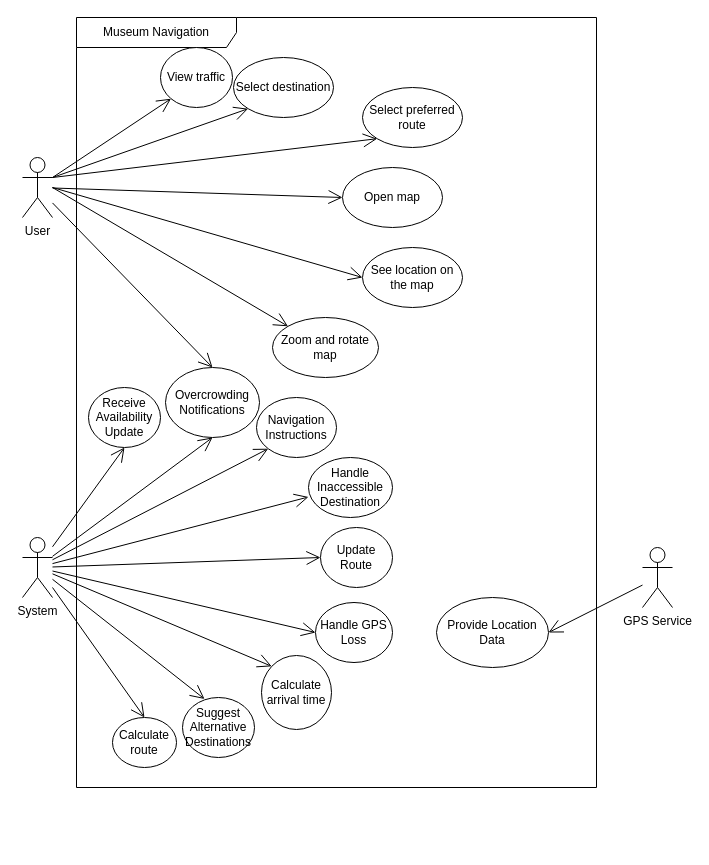
Above: Use Case Diagrams/Museum Navigation.drawio in gsklaven/MusePath (draw.io), before the change. Source tidied: cells renumbered, new cells numbered last; positions are measured from the earlier drawing's top-left corner, leaving out a move shared by most shapes. Both pictures are drawn from the tidied source at 100%, with x=0, y=0 at pixel (22, 17).
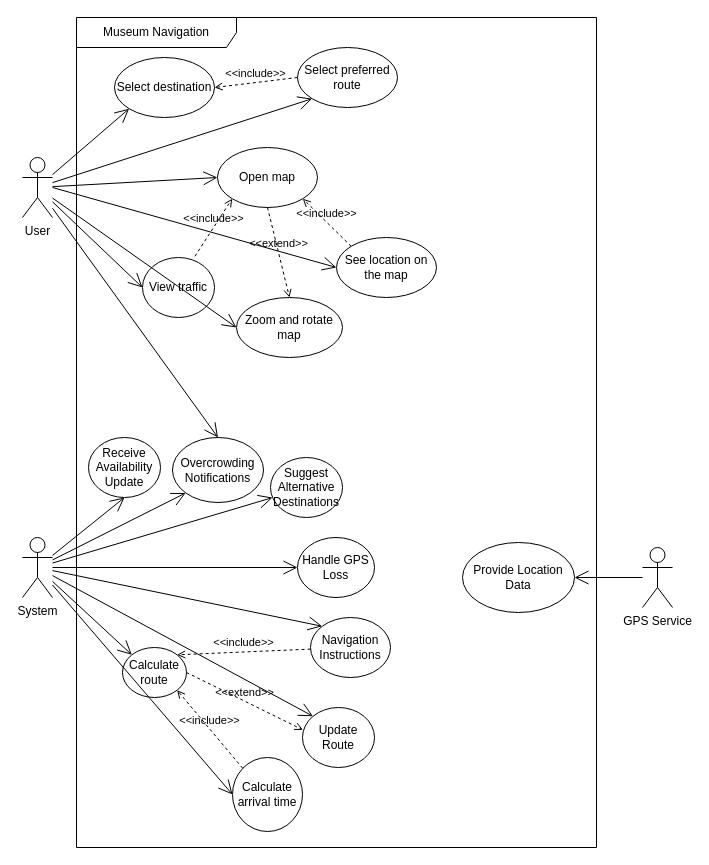
The same diagram, later.

Unchanged cells that the change refers to:
```xml
<mxCell id="19" value="User" style="shape=umlActor;verticalLabelPosition=bottom;verticalAlign=top;html=1;" parent="1" vertex="1">
  <mxGeometry y="140" width="30" height="60" as="geometry" />
</mxCell>
<mxCell id="20" value="System" style="shape=umlActor;verticalLabelPosition=bottom;verticalAlign=top;html=1;" parent="1" vertex="1">
  <mxGeometry y="520" width="30" height="60" as="geometry" />
</mxCell>
```

Change to the diagram source:
```diff
@@
     <mxCell id="2" value="&lt;div&gt;Museum Navigation&lt;/div&gt;" style="shape=umlFrame;whiteSpace=wrap;html=1;width=160;" parent="1" vertex="1">
-      <mxGeometry x="54" width="520" height="770" as="geometry" />
+      <mxGeometry x="54" width="520" height="830" as="geometry" />
     </mxCell>
     <mxCell id="3" value="Open map" style="ellipse;whiteSpace=wrap;html=1;" parent="2" vertex="1">
-      <mxGeometry x="266" y="150" width="100" height="60" as="geometry" />
+      <mxGeometry x="141" y="130" width="100" height="60" as="geometry" />
     </mxCell>
     <mxCell id="4" value="See location on the map" style="ellipse;whiteSpace=wrap;html=1;" parent="2" vertex="1">
-      <mxGeometry x="286" y="230" width="100" height="60" as="geometry" />
+      <mxGeometry x="260" y="220" width="100" height="60" as="geometry" />
     </mxCell>
     <mxCell id="5" value="Select destination" style="ellipse;whiteSpace=wrap;html=1;" parent="2" vertex="1">
-      <mxGeometry x="157" y="40" width="100" height="60" as="geometry" />
+      <mxGeometry x="38" y="40" width="100" height="60" as="geometry" />
     </mxCell>
     <mxCell id="6" value="Select preferred route" style="ellipse;whiteSpace=wrap;html=1;" parent="2" vertex="1">
-      <mxGeometry x="286" y="70" width="100" height="60" as="geometry" />
+      <mxGeometry x="221" y="30" width="100" height="60" as="geometry" />
     </mxCell>
     <mxCell id="7" value="Zoom and rotate map" style="ellipse;whiteSpace=wrap;html=1;" parent="2" vertex="1">
-      <mxGeometry x="196" y="300" width="106" height="60" as="geometry" />
+      <mxGeometry x="160" y="280" width="106" height="60" as="geometry" />
     </mxCell>
     <mxCell id="8" value="Provide Location Data" style="ellipse;whiteSpace=wrap;html=1;" parent="2" vertex="1">
-      <mxGeometry x="360" y="580" width="112" height="70" as="geometry" />
+      <mxGeometry x="386" y="525" width="112" height="70" as="geometry" />
     </mxCell>
     <mxCell id="9" value="Calculate arrival time" style="ellipse;whiteSpace=wrap;html=1;direction=south;" parent="2" vertex="1">
-      <mxGeometry x="185" y="638" width="70" height="74" as="geometry" />
+      <mxGeometry x="156" y="740" width="70" height="74" as="geometry" />
     </mxCell>
     <mxCell id="10" value="Calculate route" style="ellipse;whiteSpace=wrap;html=1;" parent="2" vertex="1">
-      <mxGeometry x="36" y="700" width="64" height="50" as="geometry" />
+      <mxGeometry x="46" y="630" width="64" height="50" as="geometry" />
     </mxCell>
     <mxCell id="11" value="Handle GPS Loss" style="ellipse;whiteSpace=wrap;html=1;" parent="2" vertex="1">
-      <mxGeometry x="239" y="585" width="77" height="60" as="geometry" />
+      <mxGeometry x="221" y="520" width="77" height="60" as="geometry" />
     </mxCell>
     <mxCell id="12" value="Navigation Instructions" style="ellipse;whiteSpace=wrap;html=1;" parent="2" vertex="1">
-      <mxGeometry x="180" y="380" width="80" height="60" as="geometry" />
+      <mxGeometry x="234" y="600" width="80" height="60" as="geometry" />
     </mxCell>
-    <mxCell id="13" value="Handle Inaccessible Destination" style="ellipse;whiteSpace=wrap;html=1;" parent="2" vertex="1">
-      <mxGeometry x="232" y="440" width="84" height="60" as="geometry" />
-    </mxCell>
     <mxCell id="14" value="Update Route" style="ellipse;whiteSpace=wrap;html=1;" parent="2" vertex="1">
-      <mxGeometry x="244" y="510" width="72" height="60" as="geometry" />
+      <mxGeometry x="226" y="690" width="72" height="60" as="geometry" />
     </mxCell>
     <mxCell id="15" value="Receive Availability Update" style="ellipse;whiteSpace=wrap;html=1;" parent="2" vertex="1">
-      <mxGeometry x="12" y="370" width="72" height="60" as="geometry" />
+      <mxGeometry x="12" y="420" width="72" height="60" as="geometry" />
     </mxCell>
     <mxCell id="16" value="Suggest Alternative Destinations" style="ellipse;whiteSpace=wrap;html=1;" parent="2" vertex="1">
-      <mxGeometry x="106" y="680" width="72" height="60" as="geometry" />
+      <mxGeometry x="194" y="440" width="72" height="60" as="geometry" />
     </mxCell>
     <mxCell id="17" value="Overcrowding Notifications" style="ellipse;whiteSpace=wrap;html=1;" parent="2" vertex="1">
-      <mxGeometry x="89" y="350" width="94" height="70" as="geometry" />
+      <mxGeometry x="96" y="420" width="91" height="65" as="geometry" />
     </mxCell>
     <mxCell id="18" value="View traffic" style="ellipse;whiteSpace=wrap;html=1;" parent="2" vertex="1">
-      <mxGeometry x="84" y="30" width="72" height="60" as="geometry" />
+      <mxGeometry x="66" y="240" width="72" height="60" as="geometry" />
     </mxCell>
+    <mxCell id="39" value="&amp;lt;&amp;lt;include&amp;gt;&amp;gt;" style="html=1;verticalAlign=bottom;labelBackgroundColor=none;endArrow=open;endFill=0;dashed=1;rounded=0;entryX=1;entryY=1;entryDx=0;entryDy=0;exitX=0;exitY=1;exitDx=0;exitDy=0;" parent="2" edge="1" source="9" target="10">
+      <mxGeometry relative="1" as="geometry" />
+    </mxCell>
+    <mxCell id="40" value="&amp;lt;&amp;lt;extend&amp;gt;&amp;gt;" style="html=1;verticalAlign=bottom;labelBackgroundColor=none;endArrow=open;endFill=0;dashed=1;rounded=0;exitX=1;exitY=0.5;exitDx=0;exitDy=0;entryX=0.006;entryY=0.373;entryDx=0;entryDy=0;entryPerimeter=0;" parent="2" edge="1" source="10" target="14">
+      <mxGeometry relative="1" as="geometry" />
+    </mxCell>
+    <mxCell id="41" value="&amp;lt;&amp;lt;include&amp;gt;&amp;gt;" style="html=1;verticalAlign=bottom;labelBackgroundColor=none;endArrow=open;endFill=0;dashed=1;rounded=0;entryX=1;entryY=1;entryDx=0;entryDy=0;exitX=0;exitY=0;exitDx=0;exitDy=0;" parent="2" edge="1" source="4" target="3">
+      <mxGeometry relative="1" as="geometry" />
+    </mxCell>
+    <mxCell id="42" value="&amp;lt;&amp;lt;include&amp;gt;&amp;gt;" style="html=1;verticalAlign=bottom;labelBackgroundColor=none;endArrow=open;endFill=0;dashed=1;rounded=0;entryX=1;entryY=0.5;entryDx=0;entryDy=0;exitX=0;exitY=0.5;exitDx=0;exitDy=0;" parent="2" edge="1" source="6" target="5">
+      <mxGeometry relative="1" as="geometry" />
+    </mxCell>
+    <mxCell id="43" value="&amp;lt;&amp;lt;extend&amp;gt;&amp;gt;" style="html=1;verticalAlign=bottom;labelBackgroundColor=none;endArrow=open;endFill=0;dashed=1;rounded=0;exitX=0.5;exitY=1;exitDx=0;exitDy=0;entryX=0.5;entryY=0;entryDx=0;entryDy=0;" parent="2" edge="1" source="3" target="7">
+      <mxGeometry relative="1" as="geometry" />
+    </mxCell>
+    <mxCell id="44" value="&amp;lt;&amp;lt;include&amp;gt;&amp;gt;" style="html=1;verticalAlign=bottom;labelBackgroundColor=none;endArrow=open;endFill=0;dashed=1;rounded=0;entryX=0;entryY=1;entryDx=0;entryDy=0;exitX=0.728;exitY=-0.02;exitDx=0;exitDy=0;exitPerimeter=0;" parent="2" edge="1" source="18" target="3">
+      <mxGeometry relative="1" as="geometry" />
+    </mxCell>
+    <mxCell id="45" value="&amp;lt;&amp;lt;include&amp;gt;&amp;gt;" style="html=1;verticalAlign=bottom;labelBackgroundColor=none;endArrow=open;endFill=0;dashed=1;rounded=0;entryX=1;entryY=0;entryDx=0;entryDy=0;" parent="2" edge="1" source="12" target="10">
+      <mxGeometry relative="1" as="geometry" />
+    </mxCell>
@@
+    <mxCell id="35" style="endArrow=open;endFill=1;endSize=12;html=1;rounded=0;entryX=0;entryY=1;entryDx=0;entryDy=0;" parent="1" edge="1" source="19" target="5">
+      <mxGeometry relative="1" as="geometry" />
+    </mxCell>
+    <mxCell id="46" style="endArrow=open;endFill=1;endSize=12;html=1;rounded=0;entryX=0;entryY=1;entryDx=0;entryDy=0;" parent="1" edge="1" source="19" target="6">
+      <mxGeometry relative="1" as="geometry" />
+    </mxCell>
+    <mxCell id="34" style="endArrow=open;endFill=1;endSize=12;html=1;rounded=0;entryX=0;entryY=0.5;entryDx=0;entryDy=0;" parent="1" edge="1" source="19" target="3">
+      <mxGeometry relative="1" as="geometry" />
+    </mxCell>
+    <mxCell id="33" style="endArrow=open;endFill=1;endSize=12;html=1;rounded=0;entryX=0;entryY=0.5;entryDx=0;entryDy=0;" parent="1" edge="1" source="19" target="18">
+      <mxGeometry relative="1" as="geometry" />
+    </mxCell>
+    <mxCell id="47" style="endArrow=open;endFill=1;endSize=12;html=1;rounded=0;entryX=0;entryY=0.5;entryDx=0;entryDy=0;" parent="1" edge="1" source="19" target="7">
+      <mxGeometry relative="1" as="geometry" />
+    </mxCell>
+    <mxCell id="48" style="endArrow=open;endFill=1;endSize=12;html=1;rounded=0;entryX=0;entryY=0.5;entryDx=0;entryDy=0;" parent="1" edge="1" target="4">
+      <mxGeometry relative="1" as="geometry">
+        <mxPoint x="30" y="170" as="sourcePoint" />
+      </mxGeometry>
+    </mxCell>
+    <mxCell id="32" style="endArrow=open;endFill=1;endSize=12;html=1;rounded=0;entryX=0.5;entryY=0;entryDx=0;entryDy=0;" parent="1" edge="1" source="19" target="17">
+      <mxGeometry relative="1" as="geometry" />
+    </mxCell>
@@
-    <mxCell id="24" style="endArrow=open;endFill=1;endSize=12;html=1;rounded=0;entryX=0.5;entryY=1;entryDx=0;entryDy=0;" parent="1" edge="1" source="20" target="17">
+    <mxCell id="24" style="endArrow=open;endFill=1;endSize=12;html=1;rounded=0;entryX=0;entryY=1;entryDx=0;entryDy=0;" parent="1" edge="1" source="20" target="17">
       <mxGeometry relative="1" as="geometry" />
     </mxCell>
+    <mxCell id="30" style="endArrow=open;endFill=1;endSize=12;html=1;rounded=0;" parent="1" edge="1" source="20" target="16">
+      <mxGeometry relative="1" as="geometry" />
+    </mxCell>
+    <mxCell id="28" style="endArrow=open;endFill=1;endSize=12;html=1;rounded=0;entryX=0;entryY=0.5;entryDx=0;entryDy=0;" parent="1" edge="1" source="20" target="11">
+      <mxGeometry relative="1" as="geometry" />
+    </mxCell>
-    <mxCell id="25" style="endArrow=open;endFill=1;endSize=12;html=1;rounded=0;entryX=0;entryY=1;entryDx=0;entryDy=0;" parent="1" edge="1" source="20" target="12">
+    <mxCell id="25" style="endArrow=open;endFill=1;endSize=12;html=1;rounded=0;entryX=0;entryY=0;entryDx=0;entryDy=0;" parent="1" edge="1" source="20" target="12">
       <mxGeometry relative="1" as="geometry" />
     </mxCell>
-    <mxCell id="26" style="endArrow=open;endFill=1;endSize=12;html=1;rounded=0;entryX=0;entryY=0.658;entryDx=0;entryDy=0;entryPerimeter=0;" parent="1" edge="1" source="20" target="13">
-      <mxGeometry relative="1" as="geometry" />
-    </mxCell>
-    <mxCell id="27" style="endArrow=open;endFill=1;endSize=12;html=1;rounded=0;entryX=0;entryY=0.5;entryDx=0;entryDy=0;" parent="1" edge="1" source="20" target="14">
+    <mxCell id="27" style="endArrow=open;endFill=1;endSize=12;html=1;rounded=0;entryX=0;entryY=0;entryDx=0;entryDy=0;" parent="1" edge="1" source="20" target="14">
       <mxGeometry relative="1" as="geometry" />
     </mxCell>
-    <mxCell id="28" style="endArrow=open;endFill=1;endSize=12;html=1;rounded=0;entryX=0;entryY=0.5;entryDx=0;entryDy=0;" parent="1" edge="1" source="20" target="11">
-      <mxGeometry relative="1" as="geometry" />
-    </mxCell>
-    <mxCell id="29" style="endArrow=open;endFill=1;endSize=12;html=1;rounded=0;entryX=0;entryY=1;entryDx=0;entryDy=0;" parent="1" edge="1" source="20" target="9">
+    <mxCell id="29" style="endArrow=open;endFill=1;endSize=12;html=1;rounded=0;entryX=0.5;entryY=1;entryDx=0;entryDy=0;" parent="1" edge="1" source="20" target="9">
       <mxGeometry relative="1" as="geometry" />
     </mxCell>
-    <mxCell id="30" style="endArrow=open;endFill=1;endSize=12;html=1;rounded=0;entryX=0.306;entryY=0.025;entryDx=0;entryDy=0;entryPerimeter=0;" parent="1" edge="1" source="20" target="16">
-      <mxGeometry relative="1" as="geometry" />
-    </mxCell>
-    <mxCell id="31" style="endArrow=open;endFill=1;endSize=12;html=1;rounded=0;entryX=0.5;entryY=0;entryDx=0;entryDy=0;" parent="1" edge="1" target="10">
-      <mxGeometry relative="1" as="geometry">
-        <mxPoint x="30" y="570" as="sourcePoint" />
-      </mxGeometry>
-    </mxCell>
-    <mxCell id="32" style="endArrow=open;endFill=1;endSize=12;html=1;rounded=0;entryX=0.5;entryY=0;entryDx=0;entryDy=0;" parent="1" edge="1" source="19" target="17">
-      <mxGeometry relative="1" as="geometry" />
-    </mxCell>
-    <mxCell id="33" style="endArrow=open;endFill=1;endSize=12;html=1;rounded=0;exitX=1;exitY=0.3333333333333333;exitDx=0;exitDy=0;exitPerimeter=0;entryX=0;entryY=1;entryDx=0;entryDy=0;" parent="1" edge="1" source="19" target="18">
-      <mxGeometry relative="1" as="geometry" />
-    </mxCell>
-    <mxCell id="34" style="endArrow=open;endFill=1;endSize=12;html=1;rounded=0;entryX=0;entryY=0.5;entryDx=0;entryDy=0;" parent="1" edge="1" source="19" target="3">
-      <mxGeometry relative="1" as="geometry" />
-    </mxCell>
-    <mxCell id="35" style="endArrow=open;endFill=1;endSize=12;html=1;rounded=0;exitX=1;exitY=0.3333333333333333;exitDx=0;exitDy=0;exitPerimeter=0;entryX=0;entryY=1;entryDx=0;entryDy=0;" parent="1" edge="1" source="19" target="5">
-      <mxGeometry relative="1" as="geometry" />
-    </mxCell>
-    <mxCell id="36" style="endArrow=open;endFill=1;endSize=12;html=1;rounded=0;entryX=0;entryY=1;entryDx=0;entryDy=0;" parent="1" edge="1" target="6">
-      <mxGeometry relative="1" as="geometry">
-        <mxPoint x="30" y="160" as="sourcePoint" />
-      </mxGeometry>
-    </mxCell>
-    <mxCell id="37" style="endArrow=open;endFill=1;endSize=12;html=1;rounded=0;entryX=0;entryY=0;entryDx=0;entryDy=0;" parent="1" edge="1" target="7">
-      <mxGeometry relative="1" as="geometry">
-        <mxPoint x="30" y="170" as="sourcePoint" />
-      </mxGeometry>
-    </mxCell>
-    <mxCell id="38" style="endArrow=open;endFill=1;endSize=12;html=1;rounded=0;entryX=0;entryY=0.5;entryDx=0;entryDy=0;" parent="1" edge="1" target="4">
-      <mxGeometry relative="1" as="geometry">
-        <mxPoint x="30" y="170" as="sourcePoint" />
-      </mxGeometry>
-    </mxCell>
+    <mxCell id="49" style="endArrow=open;endFill=1;endSize=12;html=1;rounded=0;entryX=0;entryY=0;entryDx=0;entryDy=0;" parent="1" edge="1" source="20" target="10">
+      <mxGeometry relative="1" as="geometry" />
+    </mxCell>
```
